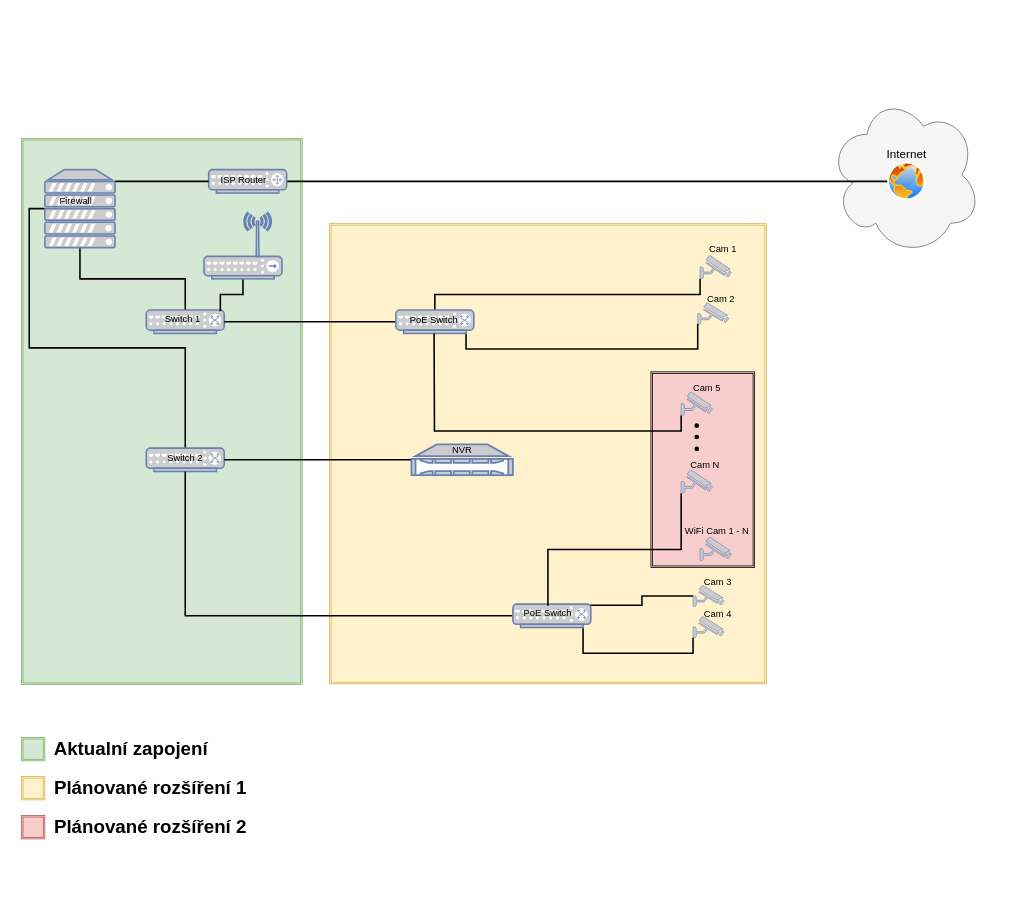
This is diagram.drawio from dherbolt/home-network, a draw.io file, before an edit. Source tidied: cells renumbered, new cells numbered last; positions are measured from the earlier drawing's top-left corner, leaving out a move shared by most shapes. Both pictures are drawn from the tidied source at 78%, with x=0, y=0 at pixel (21, 94). Pictures stored in the file or linked from it are replaced by grey dashed boxes.
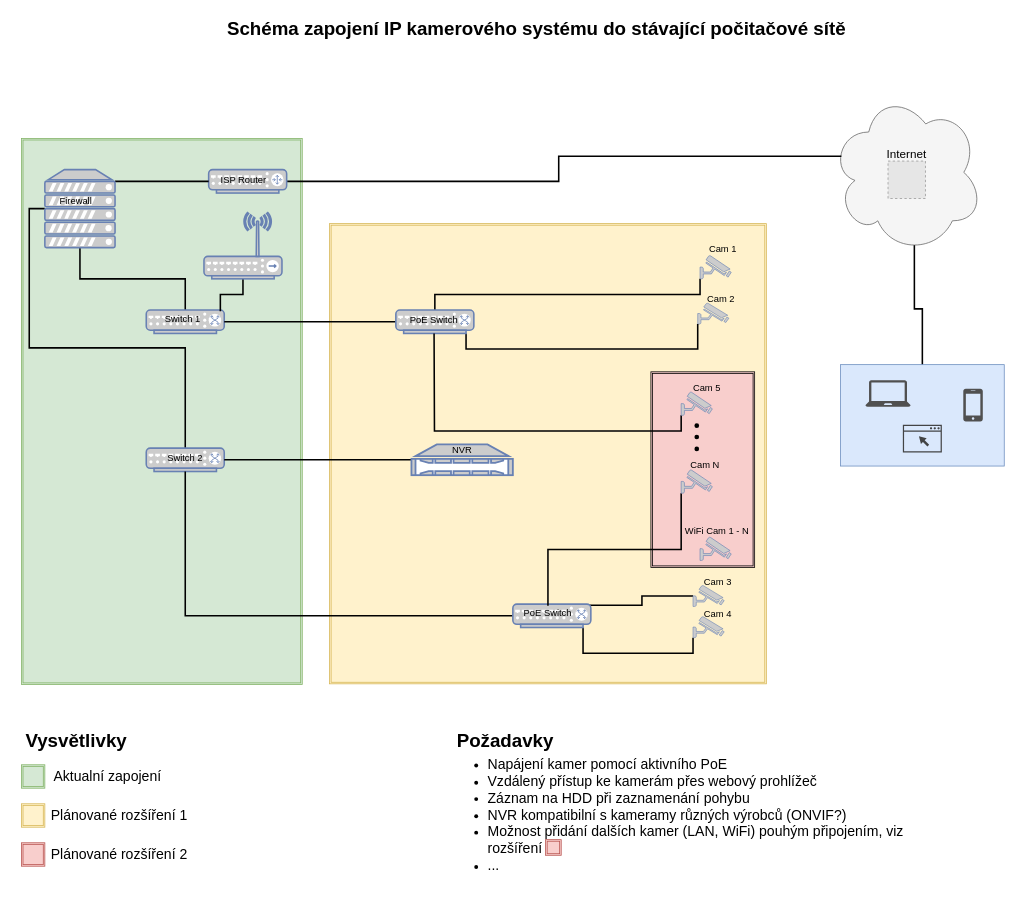
The same page after the edit.

Unchanged cells that the change refers to:
```xml
<mxCell id="7" style="fontColor=#0066CC;verticalAlign=top;verticalLabelPosition=bottom;labelPosition=center;align=center;html=1;outlineConnect=0;fillColor=#CCCCCC;strokeColor=#6881B3;gradientColor=none;gradientDirection=north;strokeWidth=2;shape=mxgraph.networks.router;" parent="1" vertex="1">
  <mxGeometry x="240" y="97" width="100" height="30" as="geometry" />
</mxCell>
```

What changed in the source:
```diff
@@
+    <mxCell id="60" style="edgeStyle=orthogonalEdgeStyle;rounded=0;jettySize=auto;html=1;entryX=0.55;entryY=0.95;entryDx=0;entryDy=0;entryPerimeter=0;fontSize=18;endArrow=none;endFill=0;strokeWidth=2;" parent="1" edge="1" source="61" target="2">
+      <mxGeometry relative="1" as="geometry" />
+    </mxCell>
+    <mxCell id="61" style="rounded=0;whiteSpace=wrap;html=1;fontSize=18;fillColor=#dae8fc;strokeColor=#6c8ebf;" parent="1" vertex="1">
+      <mxGeometry x="1050" y="347" width="210" height="130" as="geometry" />
+    </mxCell>
     <mxCell id="2" style="ellipse;shape=cloud;whiteSpace=wrap;html=1;fontSize=15;fillColor=#f5f5f5;strokeColor=#666666;fontColor=#333333;" parent="1" vertex="1">
-      <mxGeometry x="1035" width="195" height="207" as="geometry" />
+      <mxGeometry x="1037.5" y="-3" width="195" height="207" as="geometry" />
     </mxCell>
@@
-    <mxCell id="5" style="perimeter=ellipsePerimeter;html=1;align=center;shadow=0;dashed=0;spacingTop=3;image;image=img/lib/active_directory/internet_globe.svg;" parent="1" vertex="1">
-      <mxGeometry x="1110" y="87" width="50" height="50" as="geometry" />
-    </mxCell>
-    <mxCell id="6" style="edgeStyle=orthogonalEdgeStyle;rounded=0;jettySize=auto;html=1;exitX=1;exitY=0.5;exitDx=0;exitDy=0;exitPerimeter=0;entryX=0;entryY=0.5;entryDx=0;entryDy=0;endArrow=none;endFill=0;strokeWidth=2;" parent="1" edge="1" source="7" target="5">
-      <mxGeometry relative="1" as="geometry" />
-    </mxCell>
+    <mxCell id="62" style="edgeStyle=orthogonalEdgeStyle;rounded=0;jettySize=auto;html=1;exitX=1;exitY=0.5;exitDx=0;exitDy=0;exitPerimeter=0;entryX=0.07;entryY=0.4;entryDx=0;entryDy=0;entryPerimeter=0;fontSize=18;endArrow=none;endFill=0;strokeWidth=2;" parent="1" edge="1" source="7" target="2">
+      <mxGeometry relative="1" as="geometry" />
+    </mxCell>
@@
     <mxCell id="53" style="shape=ext;double=1;rounded=0;whiteSpace=wrap;html=1;fontSize=20;fillColor=#d5e8d4;strokeColor=#82b366;" parent="1" vertex="1">
-      <mxGeometry y="825" width="30" height="30" as="geometry" />
+      <mxGeometry y="860" width="30" height="30" as="geometry" />
     </mxCell>
     <mxCell id="54" style="shape=ext;double=1;rounded=0;whiteSpace=wrap;html=1;fontSize=20;fillColor=#fff2cc;strokeColor=#d6b656;" parent="1" vertex="1">
-      <mxGeometry y="875" width="30" height="30" as="geometry" />
+      <mxGeometry y="910" width="30" height="30" as="geometry" />
     </mxCell>
     <mxCell id="55" style="shape=ext;double=1;rounded=0;whiteSpace=wrap;html=1;fontSize=20;fillColor=#f8cecc;strokeColor=#b85450;" parent="1" vertex="1">
-      <mxGeometry y="925" width="30" height="30" as="geometry" />
+      <mxGeometry y="960" width="30" height="30" as="geometry" />
     </mxCell>
-    <mxCell id="56" value="Aktualní zapojení" style="text;strokeColor=none;fillColor=none;html=1;fontSize=24;fontStyle=1;verticalAlign=middle;align=center;" parent="1" vertex="1">
-      <mxGeometry x="30" y="820" width="220" height="40" as="geometry" />
+    <mxCell id="56" value="Aktualní zapojení" style="text;strokeColor=none;fillColor=none;html=1;fontSize=18;fontStyle=0;verticalAlign=middle;align=center;" parent="1" vertex="1">
+      <mxGeometry y="855" width="220" height="40" as="geometry" />
     </mxCell>
-    <mxCell id="57" value="Plánované rozšíření 1" style="text;strokeColor=none;fillColor=none;html=1;fontSize=24;fontStyle=1;verticalAlign=middle;align=center;" parent="1" vertex="1">
-      <mxGeometry x="50" y="870" width="230" height="40" as="geometry" />
+    <mxCell id="57" value="Plánované rozšíření 1" style="text;strokeColor=none;fillColor=none;html=1;fontSize=18;fontStyle=0;verticalAlign=middle;align=center;" parent="1" vertex="1">
+      <mxGeometry x="10" y="905" width="230" height="40" as="geometry" />
     </mxCell>
-    <mxCell id="58" value="Plánované rozšíření 2" style="text;strokeColor=none;fillColor=none;html=1;fontSize=24;fontStyle=1;verticalAlign=middle;align=center;" parent="1" vertex="1">
-      <mxGeometry x="50" y="920" width="230" height="40" as="geometry" />
+    <mxCell id="58" value="Plánované rozšíření 2" style="text;strokeColor=none;fillColor=none;html=1;fontSize=18;fontStyle=0;verticalAlign=middle;align=center;" parent="1" vertex="1">
+      <mxGeometry x="10" y="955" width="230" height="40" as="geometry" />
     </mxCell>
@@
+    <mxCell id="63" value="Požadavky" style="text;strokeColor=none;fillColor=none;html=1;fontSize=24;fontStyle=1;verticalAlign=middle;align=center;" parent="1" vertex="1">
+      <mxGeometry x="540" y="810" width="160" height="40" as="geometry" />
+    </mxCell>
+    <mxCell id="64" value="Vysvětlivky" style="text;strokeColor=none;fillColor=none;html=1;fontSize=24;fontStyle=1;verticalAlign=middle;align=center;" parent="1" vertex="1">
+      <mxGeometry x="-10" y="810" width="160" height="40" as="geometry" />
+    </mxCell>
+    <mxCell id="65" value="&lt;ul&gt;&lt;li&gt;Napájení kamer pomocí aktivního PoE&lt;/li&gt;&lt;li&gt;Vzdálený přístup ke kamerám přes webový prohlížeč&lt;/li&gt;&lt;li&gt;Záznam na HDD při zaznamenání pohybu&lt;/li&gt;&lt;li&gt;NVR kompatibilní s kameramy různých výrobců (ONVIF?)&lt;/li&gt;&lt;li&gt;Možnost přidání dalších kamer (LAN, WiFi) pouhým připojením, viz rozšíření&lt;/li&gt;&lt;li&gt;...&amp;nbsp;&lt;/li&gt;&lt;/ul&gt;" style="text;strokeColor=none;fillColor=none;html=1;whiteSpace=wrap;verticalAlign=top;overflow=hidden;fontSize=18;" parent="1" vertex="1">
+      <mxGeometry x="555.8" y="825" width="620" height="200" as="geometry" />
+    </mxCell>
+    <mxCell id="66" style="shape=ext;double=1;rounded=0;whiteSpace=wrap;html=1;fontSize=20;fillColor=#f8cecc;strokeColor=#b85450;" parent="1" vertex="1">
+      <mxGeometry x="672" y="956" width="20" height="20" as="geometry" />
+    </mxCell>
+    <mxCell id="67" value="Schéma zapojení IP kamerového systému do stávající počitačové sítě" style="text;strokeColor=none;fillColor=none;html=1;fontSize=24;fontStyle=1;verticalAlign=middle;align=center;" parent="1" vertex="1">
+      <mxGeometry x="610" y="-103" width="100" height="40" as="geometry" />
+    </mxCell>
+    <mxCell id="68" style="shadow=0;dashed=0;html=1;strokeColor=none;fillColor=#505050;labelPosition=center;verticalLabelPosition=bottom;verticalAlign=top;align=center;shape=mxgraph.office.devices.laptop;fontSize=18;" parent="1" vertex="1">
+      <mxGeometry x="1082" y="367" width="58" height="34" as="geometry" />
+    </mxCell>
+    <mxCell id="69" style="shadow=0;dashed=0;html=1;strokeColor=none;fillColor=#505050;labelPosition=center;verticalLabelPosition=bottom;verticalAlign=top;align=center;shape=mxgraph.office.devices.cell_phone_iphone_standalone;fontSize=18;" parent="1" vertex="1">
+      <mxGeometry x="1207.5" y="377.8" width="25" height="42" as="geometry" />
+    </mxCell>
+    <mxCell id="70" style="shadow=0;dashed=0;html=1;strokeColor=none;fillColor=#434445;labelPosition=center;verticalLabelPosition=bottom;verticalAlign=top;align=center;shape=mxgraph.vvd.web_browser;fontSize=18;" parent="1" vertex="1">
+      <mxGeometry x="1130" y="424.2" width="50" height="35.5" as="geometry" />
+    </mxCell>
+    <mxCell id="71" style="edgeStyle=orthogonalEdgeStyle;rounded=0;orthogonalLoop=1;jettySize=auto;html=1;exitX=0.5;exitY=1;exitDx=0;exitDy=0;fontSize=18;endArrow=none;endFill=0;strokeWidth=2;" parent="1" edge="1" source="66" target="66">
+      <mxGeometry relative="1" as="geometry" />
+    </mxCell>
+    <mxCell id="72" style="fillColor=#E6E6E6;strokeColor=#999999;dashed=1;verticalLabelPosition=bottom;verticalAlign=top;fontSize=18;" parent="1" vertex="1">
+      <mxGeometry x="1111" y="86" width="48" height="48" as="geometry" />
+    </mxCell>
```
